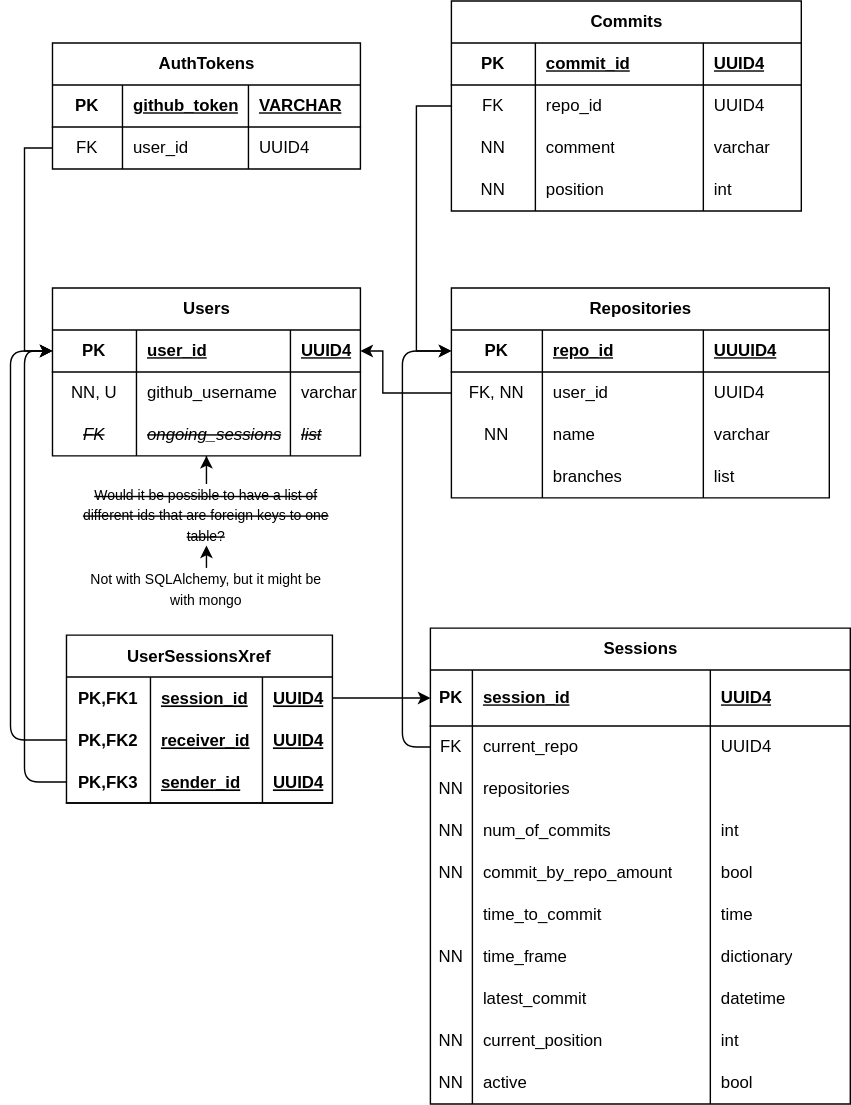
Before: git-nabber.drawio.svg, a diagram exported from draw.io (Jamesh431/Cyclone). Source tidied: cells renumbered, new cells last; positions are measured from the earlier drawing's top-left corner, leaving out a move shared by most shapes.
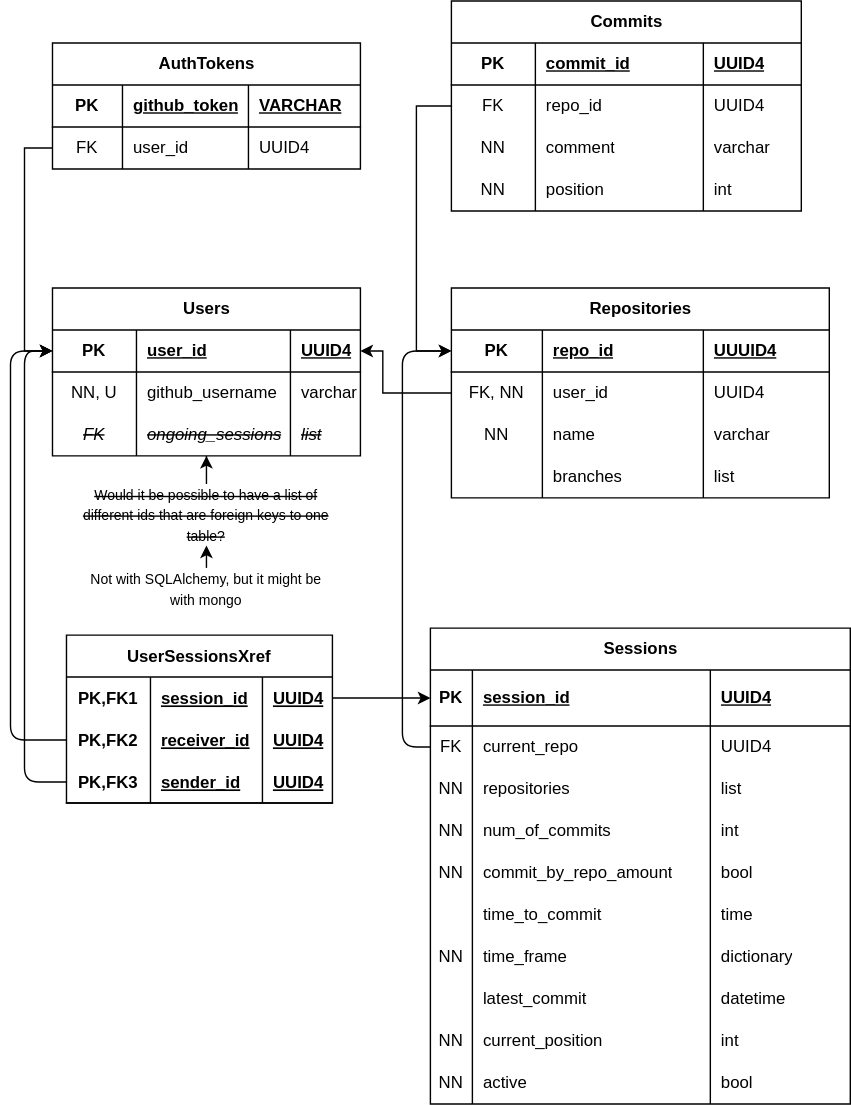
The same file after the commit.

Commit message:
added list datatype

Diff of the diagram source:
```diff
@@ -209,7 +209,7 @@
     <mxCell id="70" value="repositories" style="shape=partialRectangle;fillColor=none;top=0;left=0;bottom=0;right=0;align=left;spacingLeft=6;overflow=hidden;whiteSpace=wrap;html=1;" parent="68" vertex="1">
       <mxGeometry x="30" width="170" height="30" as="geometry" />
     </mxCell>
-    <mxCell id="71" style="shape=partialRectangle;fillColor=none;top=0;left=0;bottom=0;right=0;align=left;spacingLeft=6;overflow=hidden;whiteSpace=wrap;html=1;" parent="68" vertex="1">
+    <mxCell id="71" value="list" style="shape=partialRectangle;fillColor=none;top=0;left=0;bottom=0;right=0;align=left;spacingLeft=6;overflow=hidden;whiteSpace=wrap;html=1;" parent="68" vertex="1">
       <mxGeometry x="200" width="100" height="30" as="geometry" />
     </mxCell>
     <mxCell id="72" style="shape=tableRow;horizontal=0;startSize=0;swimlaneHead=0;swimlaneBody=0;fillColor=none;top=0;left=0;right=0;bottom=0;" parent="59" vertex="1">
```
